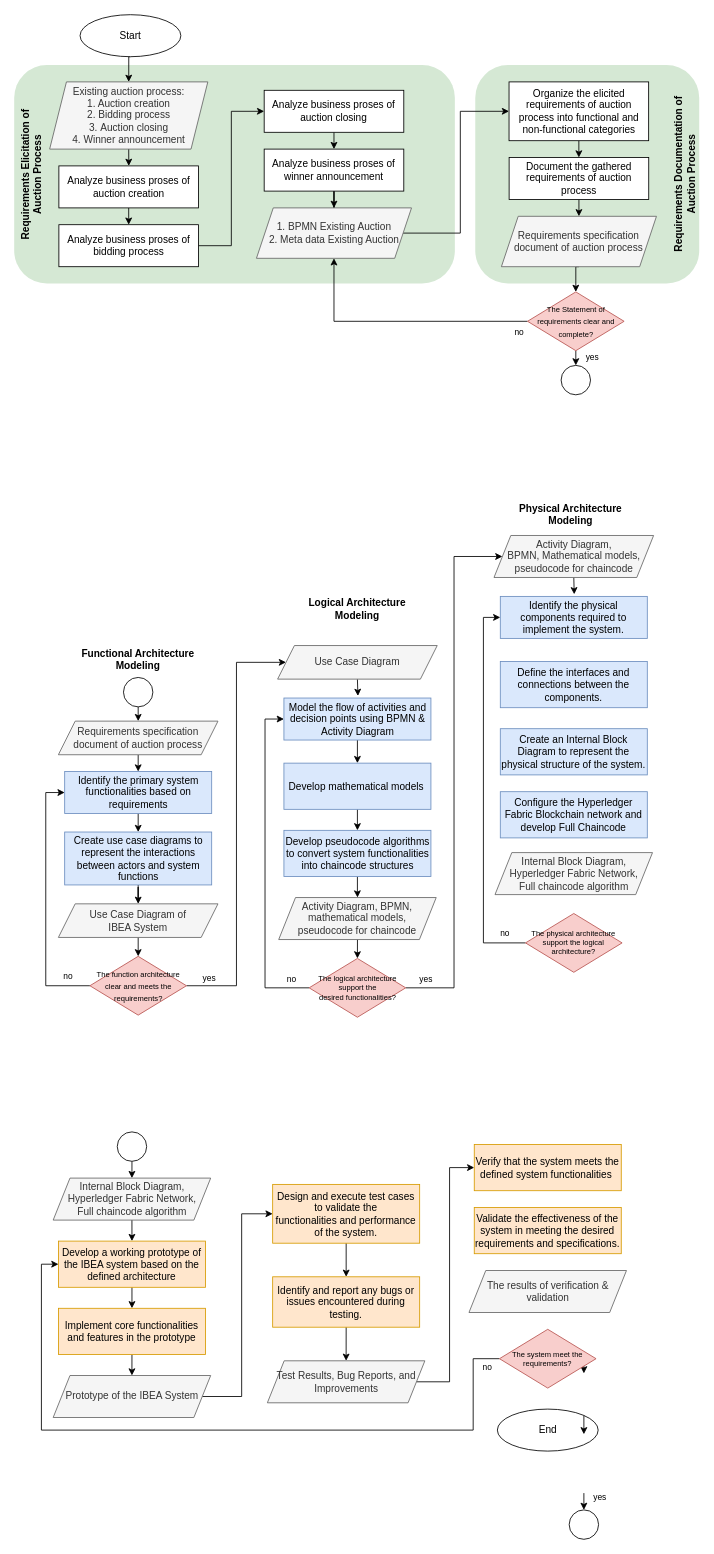
Before: Method Final Theis.drawio in ariesharry/Diagrams, a draw.io diagram. Source tidied: cells renumbered, new cells numbered last; positions are measured from the earlier drawing's top-left corner, leaving out a move shared by most shapes. Both pictures are drawn from the tidied source at 84%, with x=0, y=0 at pixel (13, 14).
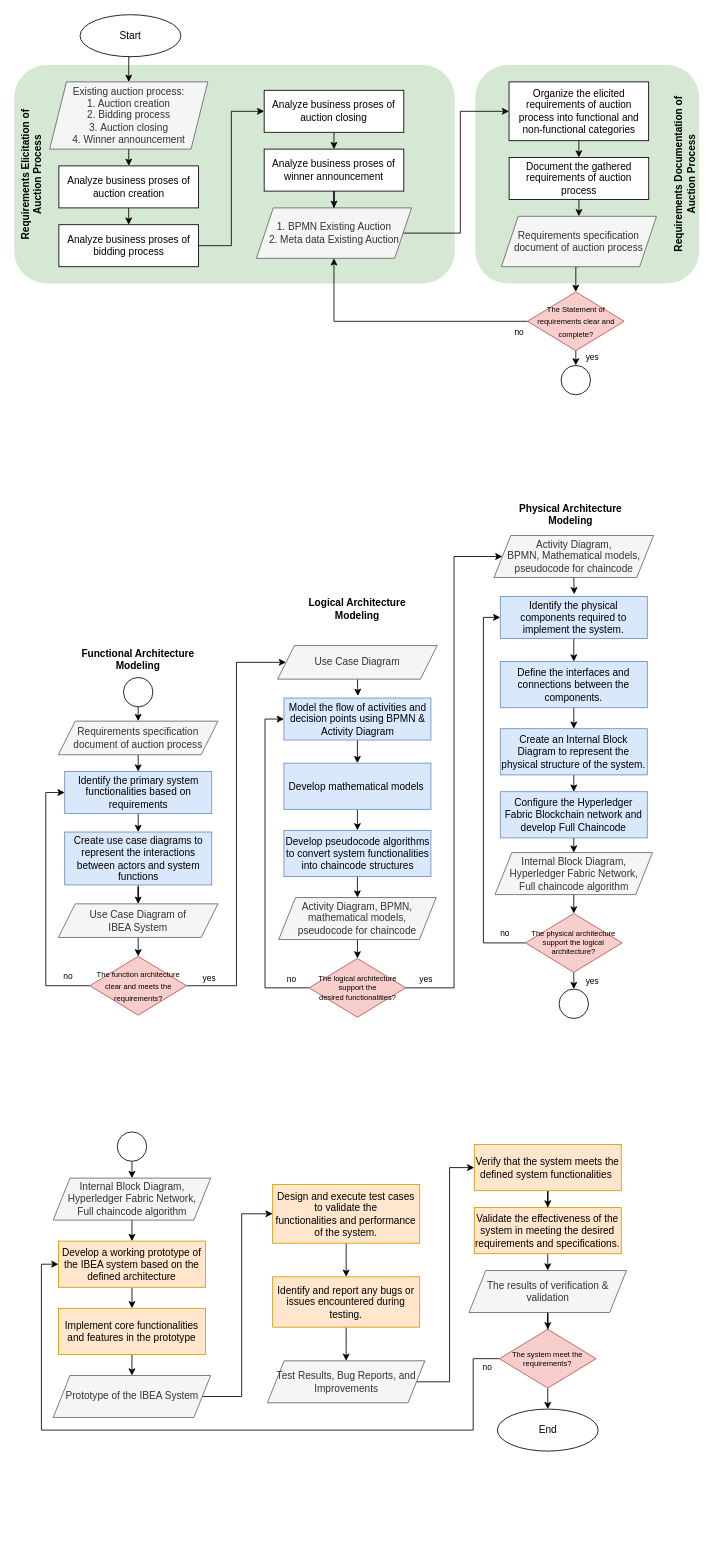
The same page after the edit.

The change refers to these unchanged cells:
```xml
<mxCell id="7" value="End" style="ellipse;whiteSpace=wrap;html=1;" parent="1" vertex="1">
  <mxGeometry x="575.6" y="1660" width="120" height="50" as="geometry" />
</mxCell>
<mxCell id="43" value="Internal Block Diagram, Hyperledger Fabric Network,&lt;br&gt;Full chaincode algorithm" style="shape=parallelogram;perimeter=parallelogramPerimeter;whiteSpace=wrap;html=1;fixedSize=1;fillColor=#f5f5f5;fontColor=#333333;strokeColor=#666666;" parent="1" vertex="1">
  <mxGeometry x="572.8" y="997.5" width="187.5" height="50" as="geometry" />
</mxCell>
<mxCell id="47" value="Identify the physical components required to implement the system." style="rounded=0;whiteSpace=wrap;html=1;fillColor=#dae8fc;strokeColor=#6c8ebf;" parent="1" vertex="1">
  <mxGeometry x="579.1" y="692.5" width="175" height="50" as="geometry" />
</mxCell>
<mxCell id="49" value="Define the interfaces and connections between the components." style="rounded=0;whiteSpace=wrap;html=1;fillColor=#dae8fc;strokeColor=#6c8ebf;" parent="1" vertex="1">
  <mxGeometry x="579.1" y="770" width="175" height="55" as="geometry" />
</mxCell>
<mxCell id="51" value="Create an Internal Block Diagram to represent the physical structure of the system." style="rounded=0;whiteSpace=wrap;html=1;fillColor=#dae8fc;strokeColor=#6c8ebf;" parent="1" vertex="1">
  <mxGeometry x="579.1" y="850" width="175" height="55" as="geometry" />
</mxCell>
<mxCell id="54" value="The physical architecture support the logical architecture?" style="rhombus;whiteSpace=wrap;html=1;fillColor=#f8cecc;strokeColor=#b85450;fontSize=9;" parent="1" vertex="1">
  <mxGeometry x="609.1" y="1070" width="115" height="70" as="geometry" />
</mxCell>
<mxCell id="56" value="Configure the Hyperledger Fabric Blockchain network and develop Full Chaincode" style="rounded=0;whiteSpace=wrap;html=1;fillColor=#dae8fc;strokeColor=#6c8ebf;" parent="1" vertex="1">
  <mxGeometry x="579.1" y="925" width="175" height="55" as="geometry" />
</mxCell>
<mxCell id="73" value="Verify that the system meets the defined system functionalities&amp;nbsp;" style="rounded=0;whiteSpace=wrap;html=1;fillColor=#ffe6cc;strokeColor=#d79b00;" parent="1" vertex="1">
  <mxGeometry x="548.1" y="1345" width="175" height="55" as="geometry" />
</mxCell>
<mxCell id="74" value="Validate the effectiveness of the system in meeting the desired requirements and specifications." style="rounded=0;whiteSpace=wrap;html=1;fillColor=#ffe6cc;strokeColor=#d79b00;" parent="1" vertex="1">
  <mxGeometry x="548.1" y="1420" width="175" height="55" as="geometry" />
</mxCell>
<mxCell id="75" value="The system meet the requirements?" style="rhombus;whiteSpace=wrap;html=1;fillColor=#f8cecc;strokeColor=#b85450;fontSize=9;" parent="1" vertex="1">
  <mxGeometry x="578.1" y="1565" width="115" height="70" as="geometry" />
</mxCell>
<mxCell id="76" value="The results of verification &amp;amp; validation" style="shape=parallelogram;perimeter=parallelogramPerimeter;whiteSpace=wrap;html=1;fixedSize=1;fillColor=#f5f5f5;fontColor=#333333;strokeColor=#666666;" parent="1" vertex="1">
  <mxGeometry x="541.8" y="1495" width="187.5" height="50" as="geometry" />
</mxCell>
```

Diff of the diagram source:
```diff
@@
-    <mxCell id="42" style="edgeStyle=orthogonalEdgeStyle;rounded=0;orthogonalLoop=1;jettySize=auto;html=1;exitX=0.5;exitY=1;exitDx=0;exitDy=0;entryX=0.5;entryY=0;entryDx=0;entryDy=0;" parent="1" edge="1">
-      <mxGeometry relative="1" as="geometry">
-        <mxPoint x="678.6" y="1667.5" as="sourcePoint" />
-        <mxPoint x="678.6" y="1690" as="targetPoint" />
-      </mxGeometry>
-    </mxCell>
+    <mxCell id="104" style="edgeStyle=orthogonalEdgeStyle;rounded=0;jettySize=auto;html=1;exitX=0.5;exitY=1;exitDx=0;exitDy=0;entryX=0.5;entryY=0;entryDx=0;entryDy=0;" parent="1" edge="1" source="43" target="54">
+      <mxGeometry relative="1" as="geometry" />
+    </mxCell>
@@
+    <mxCell id="105" style="edgeStyle=orthogonalEdgeStyle;rounded=0;jettySize=auto;html=1;exitX=0.5;exitY=1;exitDx=0;exitDy=0;entryX=0.5;entryY=0;entryDx=0;entryDy=0;" parent="1" edge="1" source="47" target="49">
+      <mxGeometry relative="1" as="geometry" />
+    </mxCell>
@@
+    <mxCell id="106" style="edgeStyle=orthogonalEdgeStyle;rounded=0;jettySize=auto;html=1;exitX=0.5;exitY=1;exitDx=0;exitDy=0;entryX=0.5;entryY=0;entryDx=0;entryDy=0;" parent="1" edge="1" source="49" target="51">
+      <mxGeometry relative="1" as="geometry" />
+    </mxCell>
@@
+    <mxCell id="107" style="edgeStyle=orthogonalEdgeStyle;rounded=0;jettySize=auto;html=1;exitX=0.5;exitY=1;exitDx=0;exitDy=0;entryX=0.5;entryY=0;entryDx=0;entryDy=0;" parent="1" edge="1" source="51" target="56">
+      <mxGeometry relative="1" as="geometry" />
+    </mxCell>
@@
-    <mxCell id="53" style="edgeStyle=orthogonalEdgeStyle;rounded=0;jettySize=auto;html=1;exitX=0.5;exitY=1;exitDx=0;exitDy=0;entryX=0.5;entryY=0;entryDx=0;entryDy=0;" parent="1" edge="1" target="57">
-      <mxGeometry relative="1" as="geometry">
-        <mxPoint x="678.6" y="1760" as="sourcePoint" />
-      </mxGeometry>
+    <mxCell id="53" style="edgeStyle=orthogonalEdgeStyle;rounded=0;jettySize=auto;html=1;exitX=0.5;exitY=1;exitDx=0;exitDy=0;entryX=0.5;entryY=0;entryDx=0;entryDy=0;" parent="1" edge="1" source="54" target="57">
+      <mxGeometry relative="1" as="geometry" />
     </mxCell>
@@
-    <mxCell id="55" style="edgeStyle=orthogonalEdgeStyle;rounded=0;orthogonalLoop=1;jettySize=auto;html=1;exitX=0.5;exitY=1;exitDx=0;exitDy=0;entryX=0.5;entryY=0;entryDx=0;entryDy=0;" parent="1" edge="1">
-      <mxGeometry relative="1" as="geometry">
-        <mxPoint x="678.6" y="1600" as="sourcePoint" />
-        <mxPoint x="678.6" y="1617.5" as="targetPoint" />
-      </mxGeometry>
-    </mxCell>
+    <mxCell id="108" style="edgeStyle=orthogonalEdgeStyle;rounded=0;jettySize=auto;html=1;exitX=0.5;exitY=1;exitDx=0;exitDy=0;entryX=0.5;entryY=0;entryDx=0;entryDy=0;" parent="1" edge="1" source="56" target="43">
+      <mxGeometry relative="1" as="geometry" />
+    </mxCell>
@@
     <mxCell id="57" style="ellipse;whiteSpace=wrap;html=1;" parent="1" vertex="1">
-      <mxGeometry x="661.1" y="1780" width="35" height="35" as="geometry" />
+      <mxGeometry x="649.1" y="1160" width="35" height="35" as="geometry" />
     </mxCell>
@@
+    <mxCell id="109" style="edgeStyle=orthogonalEdgeStyle;rounded=0;jettySize=auto;html=1;exitX=0.5;exitY=1;exitDx=0;exitDy=0;" parent="1" edge="1" source="73" target="74">
+      <mxGeometry relative="1" as="geometry" />
+    </mxCell>
@@
+    <mxCell id="110" style="edgeStyle=orthogonalEdgeStyle;rounded=0;jettySize=auto;html=1;exitX=0.5;exitY=1;exitDx=0;exitDy=0;entryX=0.5;entryY=0;entryDx=0;entryDy=0;" parent="1" edge="1" source="74" target="76">
+      <mxGeometry relative="1" as="geometry" />
+    </mxCell>
@@
+    <mxCell id="111" style="edgeStyle=orthogonalEdgeStyle;rounded=0;jettySize=auto;html=1;exitX=0.5;exitY=1;exitDx=0;exitDy=0;entryX=0.5;entryY=0;entryDx=0;entryDy=0;" parent="1" edge="1" source="75" target="7">
+      <mxGeometry relative="1" as="geometry" />
+    </mxCell>
@@
+    <mxCell id="112" style="edgeStyle=orthogonalEdgeStyle;rounded=0;jettySize=auto;html=1;exitX=0.5;exitY=1;exitDx=0;exitDy=0;" parent="1" edge="1" source="76" target="75">
+      <mxGeometry relative="1" as="geometry" />
+    </mxCell>
@@
     <mxCell id="84" value="&lt;font style=&quot;font-size: 10px;&quot;&gt;yes&lt;/font&gt;" style="text;html=1;strokeColor=none;fillColor=none;align=center;verticalAlign=middle;whiteSpace=wrap;rounded=0;" parent="1" vertex="1">
-      <mxGeometry x="686.1" y="1755" width="23.5" height="20" as="geometry" />
+      <mxGeometry x="676.5" y="1140" width="23.5" height="20" as="geometry" />
     </mxCell>
```
